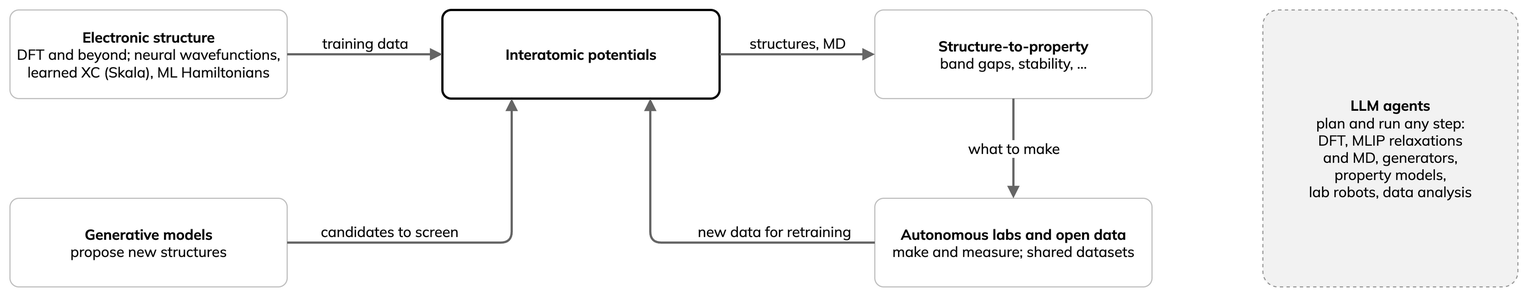
Earlier version of the draw.io export _static/bg-ai-families.drawio.png (ENCCS/mlip-hands-on). Source tidied: cells renumbered, new cells last; positions are measured from the earlier drawing's top-left corner, leaving out a move shared by most shapes.
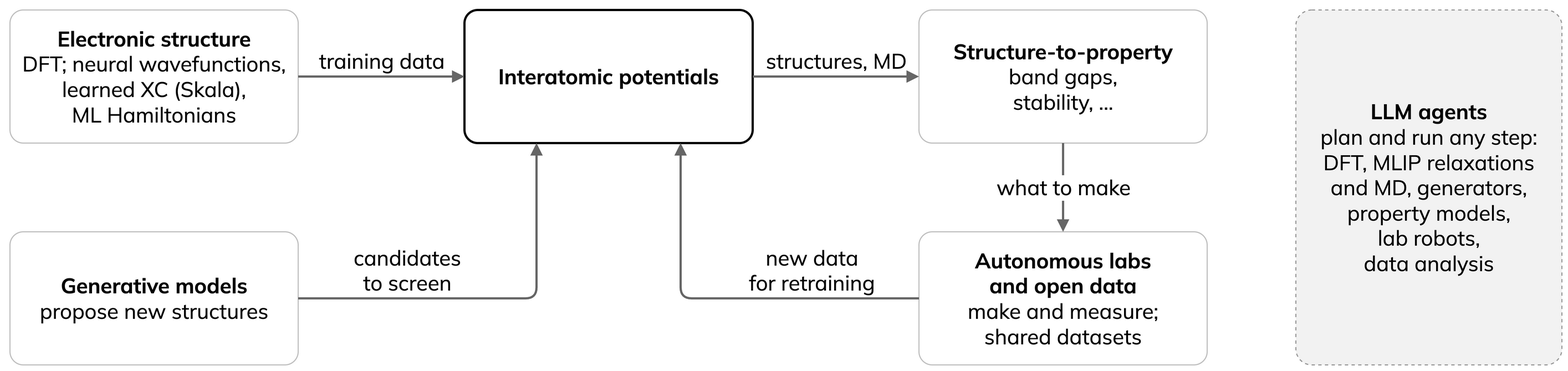
The same diagram one commit later.

Commit message:
Larger text in AI-families figure

The edit, as a diff of the source:
```diff
@@ -2,37 +2,37 @@
   <root>
     <mxCell id="0" />
     <mxCell id="1" parent="0" />
-    <mxCell id="2" value="&lt;b&gt;Electronic structure&lt;/b&gt;&lt;br&gt;DFT and beyond; neural wavefunctions,&lt;br&gt;learned XC (Skala), ML Hamiltonians" style="rounded=1;whiteSpace=wrap;html=1;arcSize=10;fillColor=#FFFFFF;strokeColor=#BFBFBF;fontFamily=Mulish;fontSize=13;fontColor=#000000;" parent="1" vertex="1">
-      <mxGeometry width="250" height="80" as="geometry" />
+    <mxCell id="2" value="&lt;b&gt;Electronic structure&lt;/b&gt;&lt;br&gt;DFT; neural wavefunctions,&lt;br&gt;learned XC (Skala),&lt;br&gt;ML Hamiltonians" style="rounded=1;whiteSpace=wrap;html=1;arcSize=10;fillColor=#FFFFFF;strokeColor=#BFBFBF;fontFamily=Mulish;fontSize=19;fontColor=#000000;" parent="1" vertex="1">
+      <mxGeometry width="260" height="120" as="geometry" />
     </mxCell>
-    <mxCell id="3" value="&lt;b&gt;Interatomic potentials&lt;/b&gt;" style="rounded=1;whiteSpace=wrap;html=1;arcSize=10;fillColor=#FFFFFF;strokeColor=#000000;strokeWidth=2;fontFamily=Mulish;fontSize=13;fontColor=#000000;" parent="1" vertex="1">
-      <mxGeometry x="390" width="250" height="80" as="geometry" />
+    <mxCell id="3" value="&lt;b&gt;Interatomic potentials&lt;/b&gt;" style="rounded=1;whiteSpace=wrap;html=1;arcSize=10;fillColor=#FFFFFF;strokeColor=#000000;strokeWidth=2;fontFamily=Mulish;fontSize=19;fontColor=#000000;" parent="1" vertex="1">
+      <mxGeometry x="410" width="260" height="120" as="geometry" />
     </mxCell>
-    <mxCell id="4" value="&lt;b&gt;Structure-to-property&lt;/b&gt;&lt;br&gt;band gaps, stability, ..." style="rounded=1;whiteSpace=wrap;html=1;arcSize=10;fillColor=#FFFFFF;strokeColor=#BFBFBF;fontFamily=Mulish;fontSize=13;fontColor=#000000;" parent="1" vertex="1">
-      <mxGeometry x="780" width="250" height="80" as="geometry" />
+    <mxCell id="4" value="&lt;b&gt;Structure-to-property&lt;/b&gt;&lt;br&gt;band gaps,&lt;br&gt;stability, ..." style="rounded=1;whiteSpace=wrap;html=1;arcSize=10;fillColor=#FFFFFF;strokeColor=#BFBFBF;fontFamily=Mulish;fontSize=19;fontColor=#000000;" parent="1" vertex="1">
+      <mxGeometry x="820" width="260" height="120" as="geometry" />
     </mxCell>
-    <mxCell id="5" value="&lt;b&gt;Generative models&lt;/b&gt;&lt;br&gt;propose new structures" style="rounded=1;whiteSpace=wrap;html=1;arcSize=10;fillColor=#FFFFFF;strokeColor=#BFBFBF;fontFamily=Mulish;fontSize=13;fontColor=#000000;" parent="1" vertex="1">
-      <mxGeometry y="170" width="250" height="80" as="geometry" />
+    <mxCell id="5" value="&lt;b&gt;Generative models&lt;/b&gt;&lt;br&gt;propose new structures" style="rounded=1;whiteSpace=wrap;html=1;arcSize=10;fillColor=#FFFFFF;strokeColor=#BFBFBF;fontFamily=Mulish;fontSize=19;fontColor=#000000;" parent="1" vertex="1">
+      <mxGeometry y="200" width="260" height="120" as="geometry" />
     </mxCell>
-    <mxCell id="6" value="&lt;b&gt;Autonomous labs and open data&lt;/b&gt;&lt;br&gt;make and measure; shared datasets" style="rounded=1;whiteSpace=wrap;html=1;arcSize=10;fillColor=#FFFFFF;strokeColor=#BFBFBF;fontFamily=Mulish;fontSize=13;fontColor=#000000;" parent="1" vertex="1">
-      <mxGeometry x="780" y="170" width="250" height="80" as="geometry" />
+    <mxCell id="6" value="&lt;b&gt;Autonomous labs&lt;br&gt;and open data&lt;/b&gt;&lt;br&gt;make and measure;&lt;br&gt;shared datasets" style="rounded=1;whiteSpace=wrap;html=1;arcSize=10;fillColor=#FFFFFF;strokeColor=#BFBFBF;fontFamily=Mulish;fontSize=19;fontColor=#000000;" parent="1" vertex="1">
+      <mxGeometry x="820" y="200" width="260" height="120" as="geometry" />
     </mxCell>
-    <mxCell id="7" value="&lt;b&gt;LLM agents&lt;/b&gt;&lt;br&gt;plan and run any step:&lt;br&gt;DFT, MLIP relaxations&lt;br&gt;and MD, generators,&lt;br&gt;property models,&lt;br&gt;lab robots, data analysis" style="rounded=1;whiteSpace=wrap;html=1;arcSize=6;fillColor=#F2F2F2;strokeColor=#999999;dashed=1;fontFamily=Mulish;fontSize=13;fontColor=#000000;" parent="1" vertex="1">
-      <mxGeometry x="1130" width="230" height="250" as="geometry" />
+    <mxCell id="7" value="&lt;b&gt;LLM agents&lt;/b&gt;&lt;br&gt;plan and run any step:&lt;br&gt;DFT, MLIP relaxations&lt;br&gt;and MD, generators,&lt;br&gt;property models,&lt;br&gt;lab robots,&lt;br&gt;data analysis" style="rounded=1;whiteSpace=wrap;html=1;arcSize=6;fillColor=#F2F2F2;strokeColor=#999999;dashed=1;fontFamily=Mulish;fontSize=19;fontColor=#000000;" parent="1" vertex="1">
+      <mxGeometry x="1160" width="240" height="320" as="geometry" />
     </mxCell>
-    <mxCell id="8" value="training data" style="html=1;endArrow=block;endFill=1;strokeColor=#666666;strokeWidth=2;labelBackgroundColor=#FFFFFF;fontFamily=Mulish;fontSize=13;fontColor=#000000;verticalAlign=bottom;labelBackgroundColor=none;" parent="1" edge="1" source="2" target="3">
+    <mxCell id="8" value="training data" style="html=1;endArrow=block;endFill=1;strokeColor=#666666;strokeWidth=2;labelBackgroundColor=#FFFFFF;fontFamily=Mulish;fontSize=19;fontColor=#000000;verticalAlign=bottom;labelBackgroundColor=none;" parent="1" edge="1" source="2" target="3">
       <mxGeometry relative="1" as="geometry" />
     </mxCell>
-    <mxCell id="9" value="structures, MD" style="html=1;endArrow=block;endFill=1;strokeColor=#666666;strokeWidth=2;labelBackgroundColor=#FFFFFF;fontFamily=Mulish;fontSize=13;fontColor=#000000;verticalAlign=bottom;labelBackgroundColor=none;" parent="1" edge="1" source="3" target="4">
+    <mxCell id="9" value="structures, MD" style="html=1;endArrow=block;endFill=1;strokeColor=#666666;strokeWidth=2;labelBackgroundColor=#FFFFFF;fontFamily=Mulish;fontSize=19;fontColor=#000000;verticalAlign=bottom;labelBackgroundColor=none;" parent="1" edge="1" source="3" target="4">
       <mxGeometry relative="1" as="geometry" />
     </mxCell>
-    <mxCell id="10" value="what to make" style="html=1;endArrow=block;endFill=1;strokeColor=#666666;strokeWidth=2;labelBackgroundColor=#FFFFFF;fontFamily=Mulish;fontSize=13;fontColor=#000000;labelBackgroundColor=#FFFFFF;" parent="1" edge="1" source="4" target="6">
+    <mxCell id="10" value="what to make" style="html=1;endArrow=block;endFill=1;strokeColor=#666666;strokeWidth=2;labelBackgroundColor=#FFFFFF;fontFamily=Mulish;fontSize=19;fontColor=#000000;labelBackgroundColor=#FFFFFF;" parent="1" edge="1" source="4" target="6">
       <mxGeometry relative="1" as="geometry" />
     </mxCell>
-    <mxCell id="11" value="candidates to screen" style="html=1;endArrow=block;endFill=1;strokeColor=#666666;strokeWidth=2;labelBackgroundColor=#FFFFFF;fontFamily=Mulish;fontSize=13;fontColor=#000000;edgeStyle=orthogonalEdgeStyle;exitX=1;exitY=0.5;entryX=0.25;entryY=1;verticalAlign=bottom;labelBackgroundColor=none;" parent="1" edge="1" source="5" target="3">
+    <mxCell id="11" value="candidates&lt;br&gt;to screen" style="html=1;endArrow=block;endFill=1;strokeColor=#666666;strokeWidth=2;labelBackgroundColor=#FFFFFF;fontFamily=Mulish;fontSize=19;fontColor=#000000;edgeStyle=orthogonalEdgeStyle;exitX=1;exitY=0.5;entryX=0.25;entryY=1;verticalAlign=bottom;labelBackgroundColor=none;" parent="1" edge="1" source="5" target="3">
       <mxGeometry x="-0.45" relative="1" as="geometry" />
     </mxCell>
-    <mxCell id="12" value="new data for retraining" style="html=1;endArrow=block;endFill=1;strokeColor=#666666;strokeWidth=2;labelBackgroundColor=#FFFFFF;fontFamily=Mulish;fontSize=13;fontColor=#000000;edgeStyle=orthogonalEdgeStyle;exitX=0;exitY=0.5;entryX=0.75;entryY=1;verticalAlign=bottom;labelBackgroundColor=none;" parent="1" edge="1" source="6" target="3">
+    <mxCell id="12" value="new data&lt;br&gt;for retraining" style="html=1;endArrow=block;endFill=1;strokeColor=#666666;strokeWidth=2;labelBackgroundColor=#FFFFFF;fontFamily=Mulish;fontSize=19;fontColor=#000000;edgeStyle=orthogonalEdgeStyle;exitX=0;exitY=0.5;entryX=0.75;entryY=1;verticalAlign=bottom;labelBackgroundColor=none;" parent="1" edge="1" source="6" target="3">
       <mxGeometry x="-0.45" relative="1" as="geometry" />
     </mxCell>
   </root>
```
